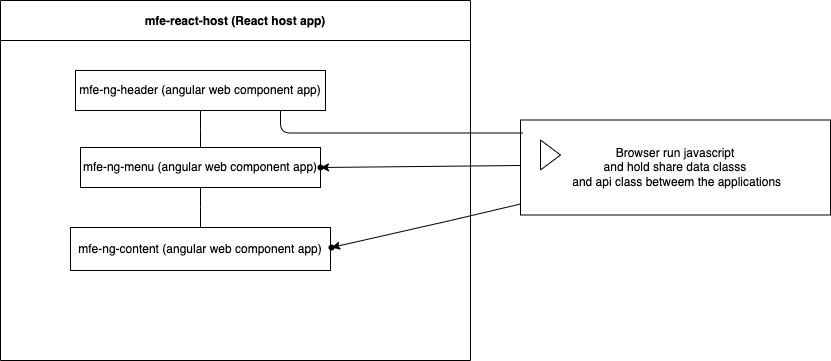
Earlier version of the draw.io export diagram.drawio.png (morbargig/CV-mfe-micro-front-end). Source tidied: cells renumbered, new cells last; positions are measured from the earlier drawing's top-left corner, leaving out a move shared by most shapes. The source it was exported from:
```xml
<mxGraphModel>
  <root>
    <mxCell id="0" />
    <mxCell id="1" parent="0" />
    <mxCell id="2" value="mfe-react-host (React host app)" style="swimlane;startSize=40;horizontal=1;containerType=tree;" parent="1" vertex="1">
      <mxGeometry width="470" height="360" as="geometry" />
    </mxCell>
    <mxCell id="3" style="edgeStyle=elbowEdgeStyle;elbow=vertical;startArrow=none;endArrow=none;rounded=0;" parent="2" edge="1" source="4" target="5">
      <mxGeometry relative="1" as="geometry" />
    </mxCell>
    <mxCell id="4" value="mfe-ng-header (angular web component app)" style="whiteSpace=wrap;html=1;newEdgeStyle={&quot;edgeStyle&quot;:&quot;elbowEdgeStyle&quot;,&quot;startArrow&quot;:&quot;none&quot;,&quot;endArrow&quot;:&quot;none&quot;};" parent="2" vertex="1">
      <mxGeometry x="75" y="70" width="250" height="40" as="geometry" />
    </mxCell>
    <mxCell id="5" value="mfe-ng-menu (angular web component app)" style="whiteSpace=wrap;html=1;newEdgeStyle={&quot;edgeStyle&quot;:&quot;elbowEdgeStyle&quot;,&quot;startArrow&quot;:&quot;none&quot;,&quot;endArrow&quot;:&quot;none&quot;};" parent="2" vertex="1">
      <mxGeometry x="80" y="147" width="240" height="40" as="geometry" />
    </mxCell>
    <mxCell id="6" style="edgeStyle=elbowEdgeStyle;elbow=vertical;startArrow=none;endArrow=none;rounded=0;" parent="2" edge="1" source="5" target="7">
      <mxGeometry relative="1" as="geometry" />
    </mxCell>
    <mxCell id="7" value="mfe-ng-content (angular web component app)" style="whiteSpace=wrap;html=1;newEdgeStyle={&quot;edgeStyle&quot;:&quot;elbowEdgeStyle&quot;,&quot;startArrow&quot;:&quot;none&quot;,&quot;endArrow&quot;:&quot;none&quot;};" parent="2" vertex="1">
      <mxGeometry x="70" y="227" width="260" height="43" as="geometry" />
    </mxCell>
    <mxCell id="8" style="shape=waypoint;sketch=0;size=6;points=[];fillColor=default;perimeter=centerPerimeter;snapToPoint=1;" parent="2" vertex="1">
      <mxGeometry x="311" y="227" width="40" height="40" as="geometry" />
    </mxCell>
    <mxCell id="9" style="shape=waypoint;sketch=0;size=6;points=[];fillColor=default;perimeter=centerPerimeter;snapToPoint=1;" parent="2" vertex="1">
      <mxGeometry x="300" y="147" width="40" height="40" as="geometry" />
    </mxCell>
    <mxCell id="10" style="edgeStyle=none;html=1;" parent="1" edge="1" source="12" target="8">
      <mxGeometry relative="1" as="geometry">
        <Array as="points">
          <mxPoint x="450" y="220" />
        </Array>
      </mxGeometry>
    </mxCell>
    <mxCell id="11" style="edgeStyle=none;html=1;" parent="1" edge="1" source="12" target="9">
      <mxGeometry relative="1" as="geometry">
        <Array as="points">
          <mxPoint x="520" y="165" />
        </Array>
      </mxGeometry>
    </mxCell>
    <mxCell id="12" value="Browser run javascript&lt;br&gt;and hold share data classs&lt;br&gt;&amp;nbsp;and api class betweem the applications" style="html=1;whiteSpace=wrap;" parent="1" vertex="1">
      <mxGeometry x="520" y="119.5" width="310" height="95" as="geometry" />
    </mxCell>
    <mxCell id="13" style="triangle;html=1;whiteSpace=wrap;" parent="12" vertex="1">
      <mxGeometry x="20" y="20" width="20" height="30" as="geometry" />
    </mxCell>
    <mxCell id="14" style="edgeStyle=elbowEdgeStyle;html=1;elbow=horizontal;startArrow=none;endArrow=none;entryX=0.008;entryY=0.137;entryDx=0;entryDy=0;entryPerimeter=0;" parent="1" edge="1" source="4" target="12">
      <mxGeometry relative="1" as="geometry">
        <Array as="points">
          <mxPoint x="280" y="90" />
        </Array>
      </mxGeometry>
    </mxCell>
  </root>
</mxGraphModel>
```
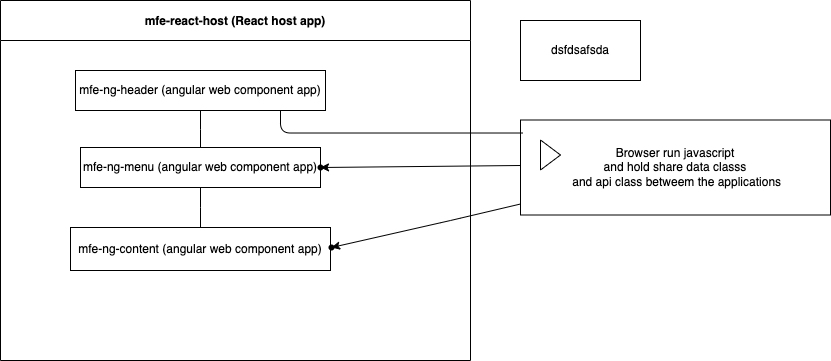
Above is the later version.

The edit, as a diff of the source:
```diff
@@ -53,5 +53,8 @@
         </Array>
       </mxGeometry>
     </mxCell>
+    <mxCell id="15" value="dsfdsafsda" style="whiteSpace=wrap;html=1;" parent="1" vertex="1">
+      <mxGeometry x="520" y="20" width="120" height="60" as="geometry" />
+    </mxCell>
   </root>
 </mxGraphModel>
```
